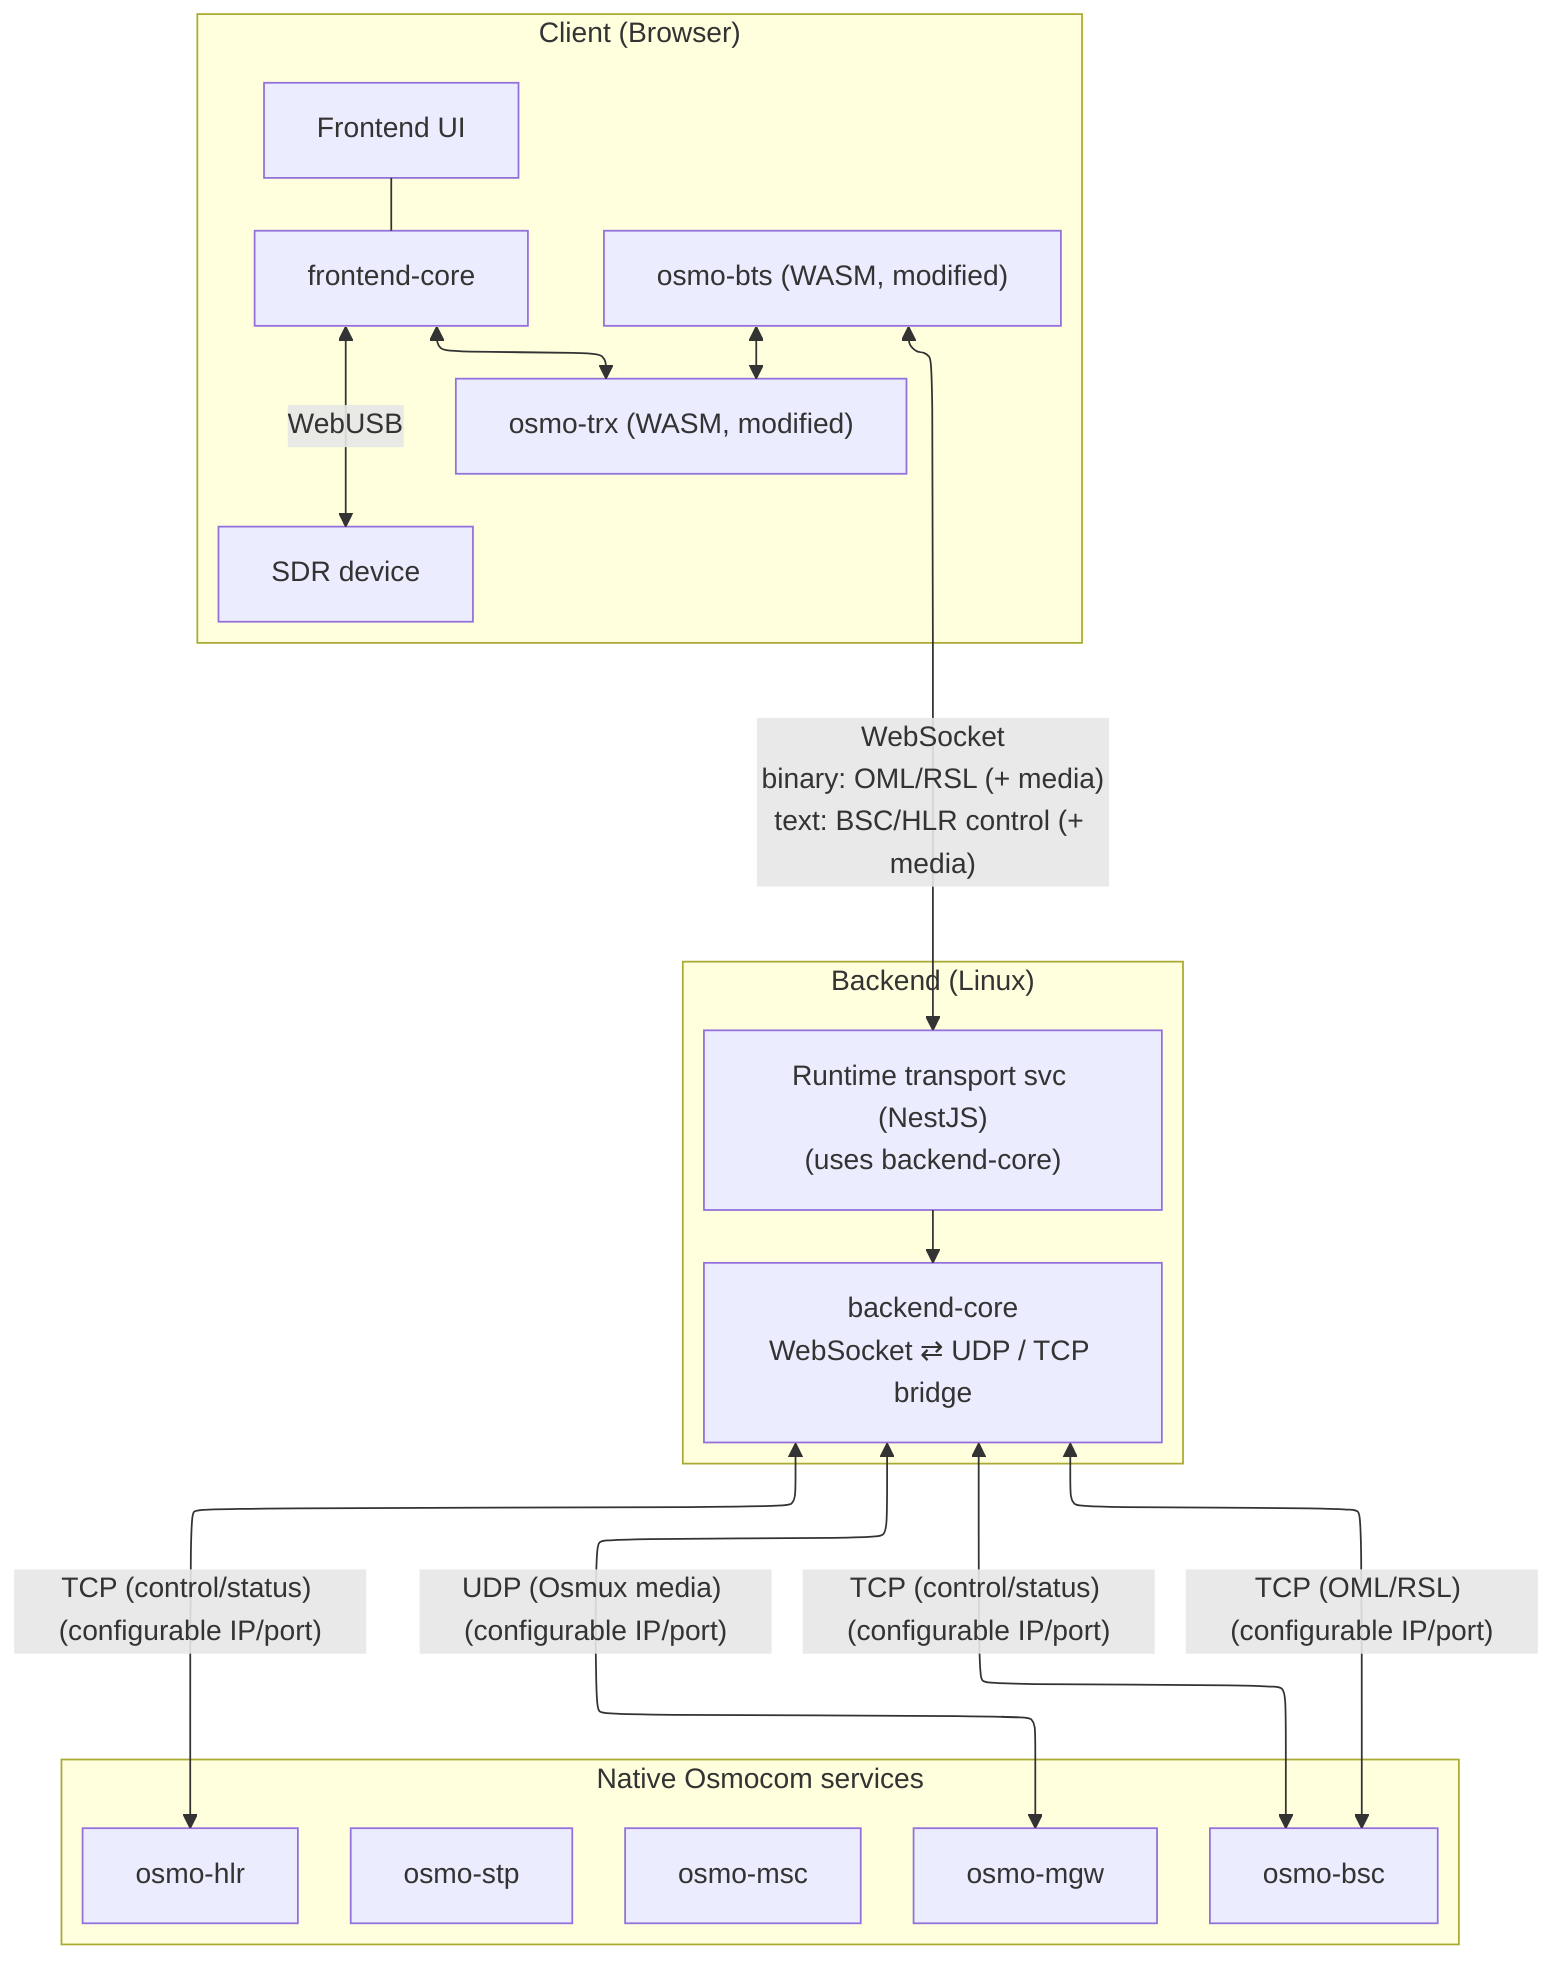
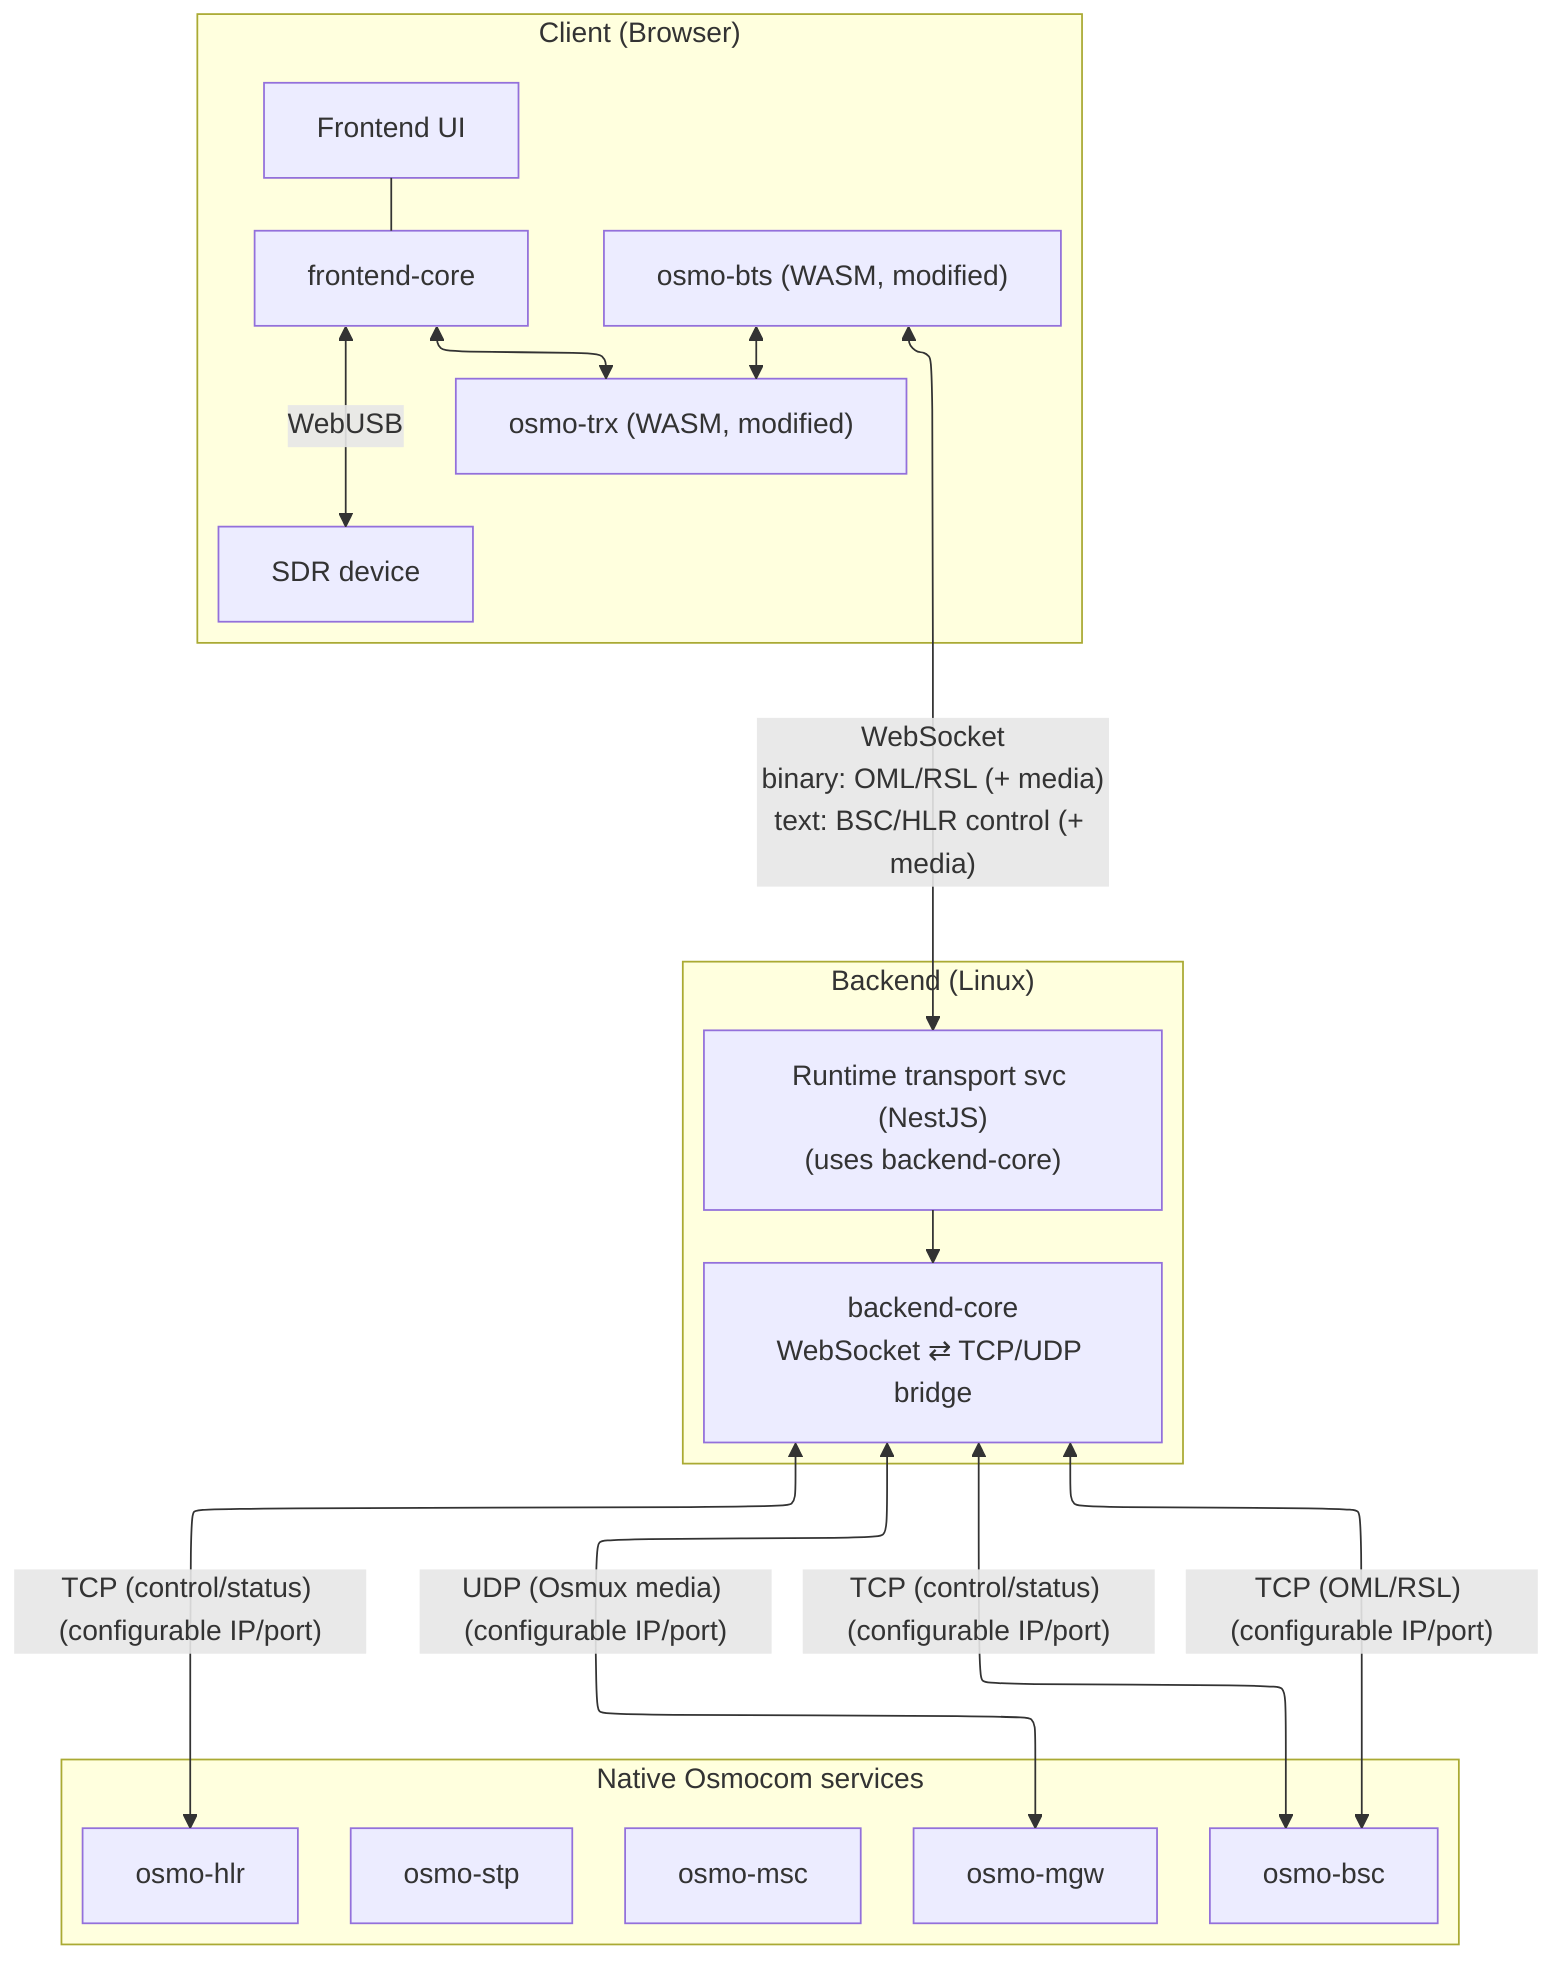
---
config:
  layout: elk
---
flowchart TB
  subgraph Browser["Client (Browser)"]
    SDR["SDR device"]
    FEC["frontend-core"]
    UI["Frontend UI"]
    BTS["osmo-bts (WASM, modified)"]
    TRX["osmo-trx (WASM, modified)"]

    UI --- FEC
    FEC <--> |"WebUSB"| SDR
    BTS <--> TRX
    FEC <--> TRX
  end

  subgraph Backend["Backend (Linux)"]
    RTS["Runtime transport svc (NestJS)<br/>(uses backend-core)"]
-     CORE["backend-core<br/>WebSocket ⇄ UDP / TCP bridge"]
+     CORE["backend-core<br/>WebSocket ⇄ TCP/UDP bridge"]
  end

  subgraph OSMO["Native Osmocom services"]
    STP["osmo-stp"]
    HLR["osmo-hlr"]
    MGW["osmo-mgw"]
    MSC["osmo-msc"]
    BSC["osmo-bsc"]
  end

  BTS <--> |"WebSocket<br/>binary: OML/RSL (+ media)<br/>text: BSC/HLR control (+ media)"| RTS
  RTS --> CORE

  CORE <--> |"TCP (OML/RSL) (configurable IP/port)"| BSC
  CORE <--> |"TCP (control/status) (configurable IP/port)"| BSC
  CORE <--> |"TCP (control/status) (configurable IP/port)"| HLR
  CORE <--> |"UDP (Osmux media) (configurable IP/port)"| MGW
